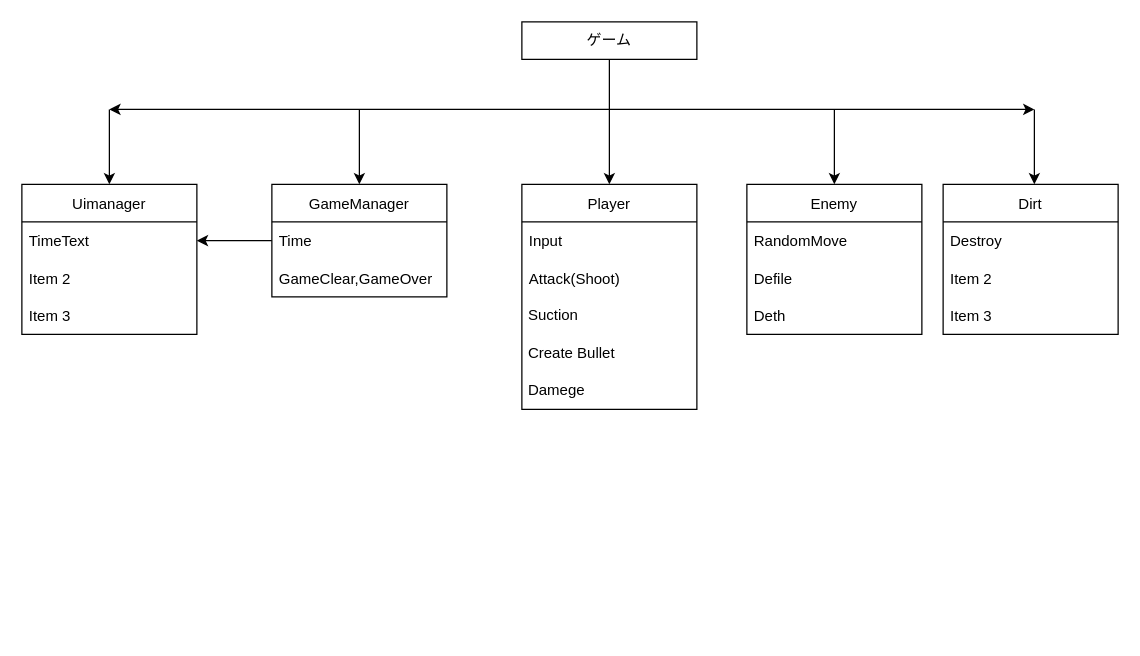
RyoMaeda2525/221022CA1dayHackathon keeps this draw.io diagram as クラス図.drawio. Above is the earlier version. Source tidied: cells renumbered, new cells numbered last; positions are measured from the earlier drawing's top-left corner, leaving out a move shared by most shapes. Both pictures are drawn from the tidied source at 125%, with x=0, y=0 at pixel (21, 21).
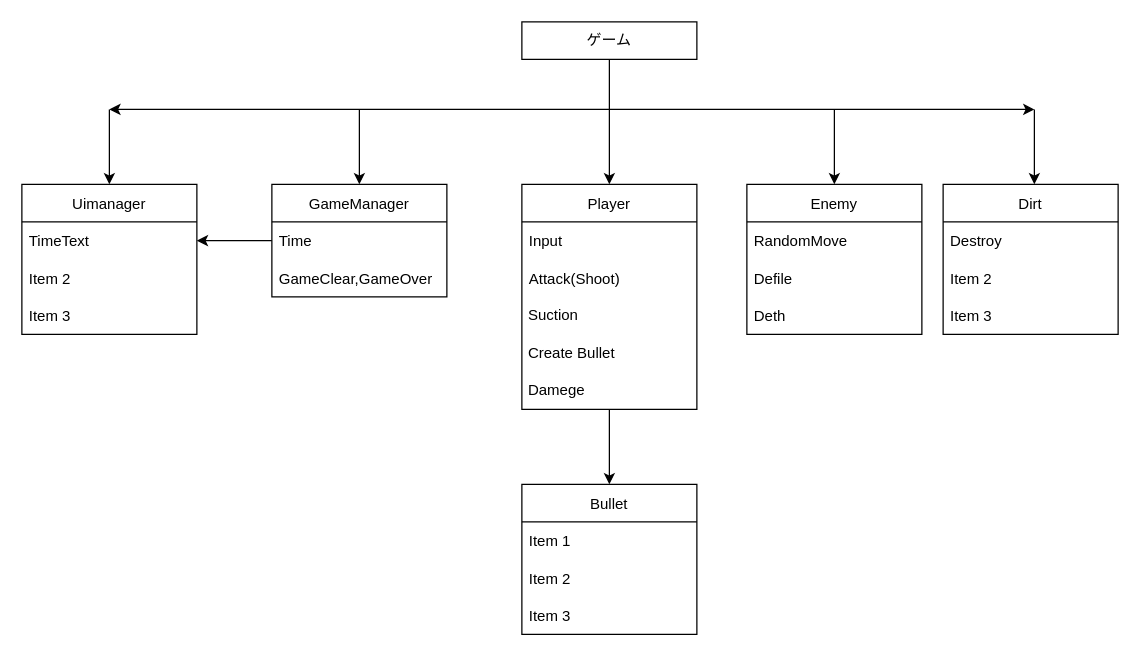
After the change.

Commit message:
クラス図.drawio を更新します

The change refers to these unchanged cells:
```xml
<mxCell id="11" value="&amp;nbsp;Damege" style="text;html=1;align=left;verticalAlign=middle;points=[];strokeColor=none;fillColor=none;" parent="6" vertex="1">
  <mxGeometry y="150" width="140" height="30" as="geometry" />
</mxCell>
```

Change to the diagram source:
```diff
@@
+    <mxCell id="32" value="Bullet" style="swimlane;fontStyle=0;horizontal=1;startSize=30;" parent="1" vertex="1">
+      <mxGeometry x="400" y="370" width="140" height="120" as="geometry" />
+    </mxCell>
+    <mxCell id="33" value="Item 1" style="text;strokeColor=none;fillColor=none;align=left;verticalAlign=middle;spacingLeft=4;spacingRight=4;overflow=hidden;" parent="32" vertex="1">
+      <mxGeometry y="30" width="140" height="30" as="geometry" />
+    </mxCell>
+    <mxCell id="34" value="Item 2" style="text;strokeColor=none;fillColor=none;align=left;verticalAlign=middle;spacingLeft=4;spacingRight=4;overflow=hidden;" parent="32" vertex="1">
+      <mxGeometry y="60" width="140" height="30" as="geometry" />
+    </mxCell>
+    <mxCell id="35" value="Item 3" style="text;strokeColor=none;fillColor=none;align=left;verticalAlign=middle;spacingLeft=4;spacingRight=4;overflow=hidden;" parent="32" vertex="1">
+      <mxGeometry y="90" width="140" height="30" as="geometry" />
+    </mxCell>
+    <mxCell id="36" style="endArrow=classic;html=1;rounded=0;entryX=0.5;entryY=0;entryDx=0;entryDy=0;" parent="1" edge="1" source="11" target="32">
+      <mxGeometry relative="1" as="geometry" />
+    </mxCell>
```
